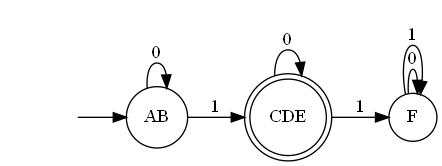
Earlier version of the Graphviz export tfm/static/imagem/AFD_MIN.gv.png (LPfontes/projeto_ling_formal). Its source is kept beside it as tfm/static/imagem/AFD_MIN.gv.
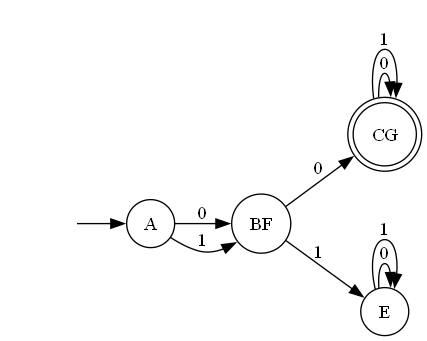
The same diagram one commit later.

The edit, as a diff of the source:
```diff
@@ -1,14 +1,17 @@
 digraph "tfm\static\imagem\AFD_MIN" {
 	graph [rankdir=LR]
 	"" [label="" shape=plaintext]
-	CDE [label=CDE shape=doublecircle]
-	AB [label=AB shape=circle]
-	F [label=F shape=circle]
-	"" -> AB [label=""]
-	AB -> AB [label=0]
-	AB -> CDE [label=1]
-	CDE -> CDE [label=0]
-	CDE -> F [label=1]
-	F -> F [label=0]
-	F -> F [label=1]
+	CG [label=CG shape=doublecircle]
+	BF [label=BF shape=circle]
+	A [label=A shape=circle]
+	E [label=E shape=circle]
+	"" -> A [label=""]
+	A -> BF [label=0]
+	A -> BF [label=1]
+	BF -> CG [label=0]
+	BF -> E [label=1]
+	CG -> CG [label=0]
+	CG -> CG [label=1]
+	E -> E [label=0]
+	E -> E [label=1]
 }
```
